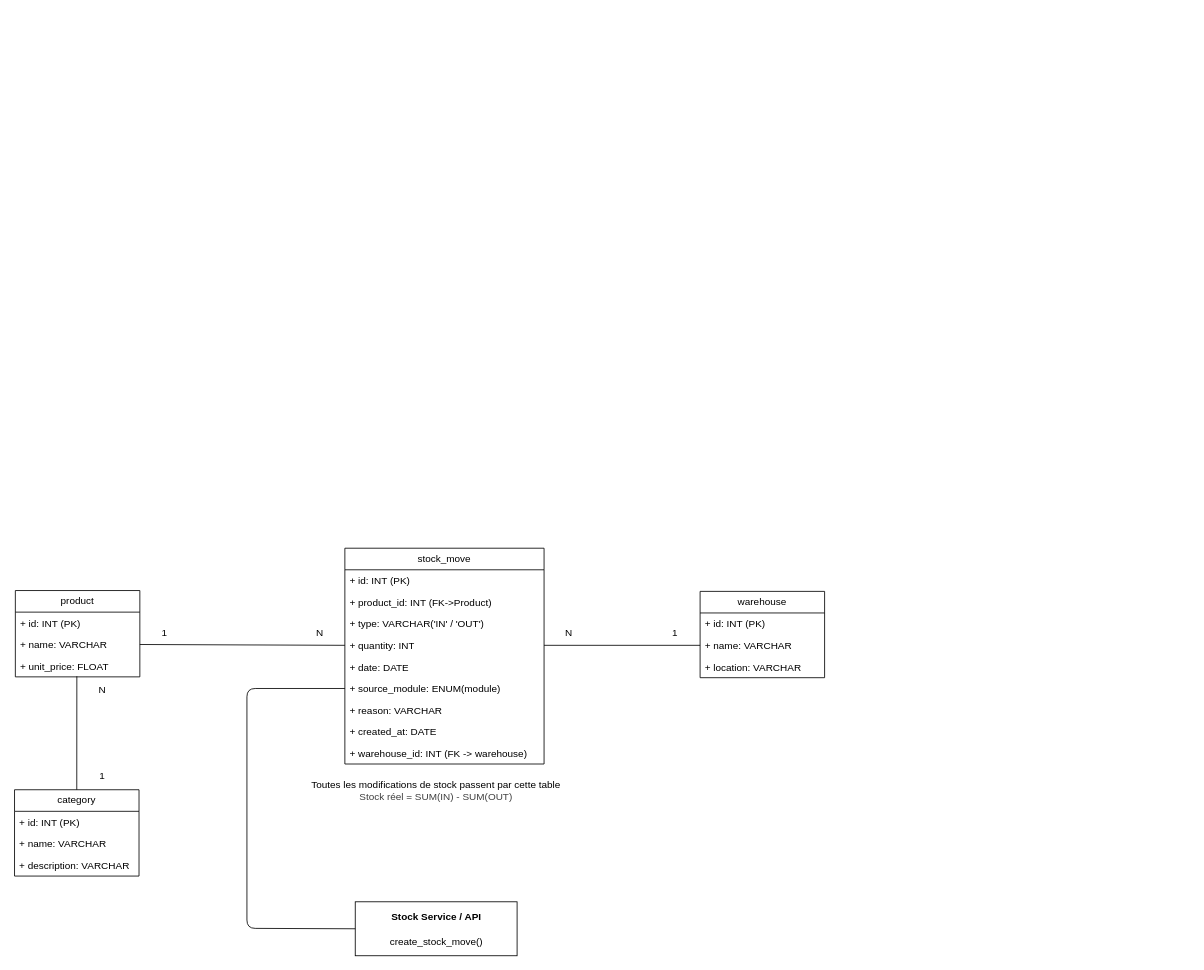
The draw.io diagram stock_core.drawio in aymeneloulinti-ux/odoo-project, before the edit. Source tidied: cells renumbered, new cells numbered last; positions are measured from the earlier drawing's top-left corner, leaving out a move shared by most shapes. Both pictures are drawn from the tidied source at 83%, with x=0, y=0 at pixel (14, 548).
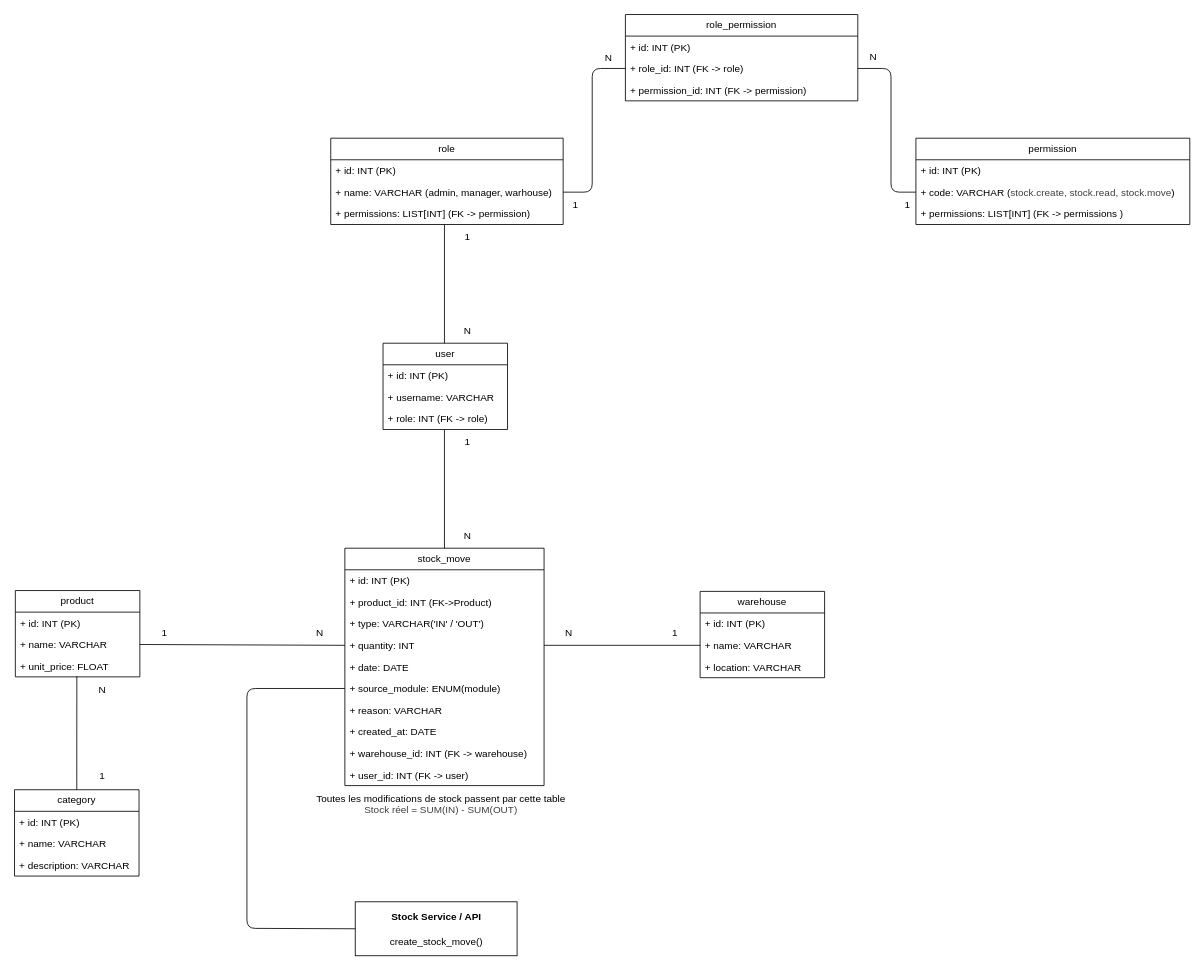
The same diagram, later.

Commit message:
Enhance stock and user entity diagrams in stock_core.drawio; added user_id and role_permission relationships

What changed in the source:
```diff
@@
     <mxCell id="6" value="stock_move" style="swimlane;fontStyle=0;horizontal=1;startSize=26;fillColor=none;whiteSpace=wrap;html=1;" parent="1" vertex="1">
-      <mxGeometry x="398" width="240" height="260" as="geometry" />
+      <mxGeometry x="398" width="240" height="286" as="geometry" />
     </mxCell>
@@
+    <mxCell id="38" value="+ user_id: INT (FK -&amp;gt; user)" style="text;strokeColor=none;fillColor=none;align=left;verticalAlign=top;spacingLeft=4;spacingRight=4;overflow=hidden;whiteSpace=wrap;html=1;" parent="6" vertex="1">
+      <mxGeometry y="260" width="240" height="26" as="geometry" />
+    </mxCell>
@@
     <mxCell id="19" value="Toutes les modifications de stock passent par cette table&lt;div&gt;&lt;span style=&quot;color: rgb(63, 63, 63); background-color: transparent;&quot;&gt;Stock réel = SUM(IN) - SUM(OUT)&lt;/span&gt;&lt;/div&gt;&lt;br/&gt;&lt;br/&gt;&lt;br/&gt;&lt;div&gt;&lt;br/&gt;&lt;/div&gt;" style="text;whiteSpace=wrap;html=1;align=center;" parent="1" vertex="1">
-      <mxGeometry x="353" y="272" width="310" height="40" as="geometry" />
+      <mxGeometry x="359" y="288" width="310" height="40" as="geometry" />
     </mxCell>
@@
+    <mxCell id="39" value="user" style="swimlane;fontStyle=0;horizontal=1;startSize=26;fillColor=none;whiteSpace=wrap;html=1;" parent="1" vertex="1">
+      <mxGeometry x="444" y="-247" width="150" height="104" as="geometry" />
+    </mxCell>
+    <mxCell id="40" value="+ id: INT (PK)" style="text;strokeColor=none;fillColor=none;align=left;verticalAlign=top;spacingLeft=4;spacingRight=4;overflow=hidden;whiteSpace=wrap;html=1;" parent="39" vertex="1">
+      <mxGeometry y="26" width="150" height="26" as="geometry" />
+    </mxCell>
+    <mxCell id="41" value="+ username: VARCHAR" style="text;strokeColor=none;fillColor=none;align=left;verticalAlign=top;spacingLeft=4;spacingRight=4;overflow=hidden;whiteSpace=wrap;html=1;" parent="39" vertex="1">
+      <mxGeometry y="52" width="150" height="26" as="geometry" />
+    </mxCell>
+    <mxCell id="42" value="+ role: INT (FK -&amp;gt; role)" style="text;strokeColor=none;fillColor=none;align=left;verticalAlign=top;spacingLeft=4;spacingRight=4;overflow=hidden;points=[[0,0.5],[1,0.5]];portConstraint=eastwest;whiteSpace=wrap;html=1;" parent="39" vertex="1">
+      <mxGeometry y="78" width="150" height="26" as="geometry" />
+    </mxCell>
+    <mxCell id="43" style="endArrow=none;html=1;exitX=0.5;exitY=0;exitDx=0;exitDy=0;entryX=0.493;entryY=1.019;entryDx=0;entryDy=0;entryPerimeter=0;" parent="1" edge="1" source="6" target="42">
+      <mxGeometry relative="1" as="geometry" />
+    </mxCell>
+    <mxCell id="44" value="1" style="text;html=1;align=center;verticalAlign=middle;whiteSpace=wrap;rounded=0;" parent="1" vertex="1">
+      <mxGeometry x="516" y="-143" width="60" height="30" as="geometry" />
+    </mxCell>
+    <mxCell id="45" value="N" style="text;html=1;align=center;verticalAlign=middle;whiteSpace=wrap;rounded=0;" parent="1" vertex="1">
+      <mxGeometry x="516" y="-30" width="60" height="30" as="geometry" />
+    </mxCell>
+    <mxCell id="46" value="role" style="swimlane;fontStyle=0;horizontal=1;startSize=26;fillColor=none;whiteSpace=wrap;html=1;" parent="1" vertex="1">
+      <mxGeometry x="381" y="-494" width="280" height="104" as="geometry" />
+    </mxCell>
+    <mxCell id="47" value="+ id: INT (PK)" style="text;strokeColor=none;fillColor=none;align=left;verticalAlign=top;spacingLeft=4;spacingRight=4;overflow=hidden;whiteSpace=wrap;html=1;" parent="46" vertex="1">
+      <mxGeometry y="26" width="280" height="26" as="geometry" />
+    </mxCell>
+    <mxCell id="48" value="+ name: VARCHAR (admin, manager, warhouse)" style="text;strokeColor=none;fillColor=none;align=left;verticalAlign=top;spacingLeft=4;spacingRight=4;overflow=hidden;points=[[0,0.5],[1,0.5]];portConstraint=eastwest;whiteSpace=wrap;html=1;" parent="46" vertex="1">
+      <mxGeometry y="52" width="280" height="26" as="geometry" />
+    </mxCell>
+    <mxCell id="49" value="+ permissions: LIST[INT] (FK -&amp;gt; permission)" style="text;strokeColor=none;fillColor=none;align=left;verticalAlign=top;spacingLeft=4;spacingRight=4;overflow=hidden;whiteSpace=wrap;html=1;" parent="46" vertex="1">
+      <mxGeometry y="78" width="280" height="26" as="geometry" />
+    </mxCell>
+    <mxCell id="50" style="endArrow=none;html=1;exitX=0.5;exitY=0;exitDx=0;exitDy=0;entryX=0.493;entryY=1.019;entryDx=0;entryDy=0;entryPerimeter=0;" parent="1" edge="1">
+      <mxGeometry relative="1" as="geometry">
+        <mxPoint x="518" y="-247" as="sourcePoint" />
+        <mxPoint x="518" y="-390" as="targetPoint" />
+      </mxGeometry>
+    </mxCell>
+    <mxCell id="51" value="1" style="text;html=1;align=center;verticalAlign=middle;whiteSpace=wrap;rounded=0;" parent="1" vertex="1">
+      <mxGeometry x="516" y="-390" width="60" height="30" as="geometry" />
+    </mxCell>
+    <mxCell id="52" value="N" style="text;html=1;align=center;verticalAlign=middle;whiteSpace=wrap;rounded=0;" parent="1" vertex="1">
+      <mxGeometry x="516" y="-277" width="60" height="30" as="geometry" />
+    </mxCell>
+    <mxCell id="53" value="role_permission" style="swimlane;fontStyle=0;horizontal=1;startSize=26;fillColor=none;whiteSpace=wrap;html=1;" parent="1" vertex="1">
+      <mxGeometry x="736" y="-643" width="280" height="104" as="geometry" />
+    </mxCell>
+    <mxCell id="54" value="+ id: INT (PK)" style="text;strokeColor=none;fillColor=none;align=left;verticalAlign=top;spacingLeft=4;spacingRight=4;overflow=hidden;whiteSpace=wrap;html=1;" parent="53" vertex="1">
+      <mxGeometry y="26" width="280" height="26" as="geometry" />
+    </mxCell>
+    <mxCell id="55" value="+ role_id: INT (FK -&amp;gt; role)" style="text;strokeColor=none;fillColor=none;align=left;verticalAlign=top;spacingLeft=4;spacingRight=4;overflow=hidden;points=[[0,0.5],[1,0.5]];portConstraint=eastwest;whiteSpace=wrap;html=1;" parent="53" vertex="1">
+      <mxGeometry y="52" width="280" height="26" as="geometry" />
+    </mxCell>
+    <mxCell id="56" value="+ permission_id: INT (FK -&amp;gt; permission)" style="text;strokeColor=none;fillColor=none;align=left;verticalAlign=top;spacingLeft=4;spacingRight=4;overflow=hidden;whiteSpace=wrap;html=1;" parent="53" vertex="1">
+      <mxGeometry y="78" width="280" height="26" as="geometry" />
+    </mxCell>
+    <mxCell id="57" value="permission" style="swimlane;fontStyle=0;horizontal=1;startSize=26;fillColor=none;whiteSpace=wrap;html=1;" parent="1" vertex="1">
+      <mxGeometry x="1086" y="-494" width="330" height="104" as="geometry" />
+    </mxCell>
+    <mxCell id="58" value="+ id: INT (PK)" style="text;strokeColor=none;fillColor=none;align=left;verticalAlign=top;spacingLeft=4;spacingRight=4;overflow=hidden;whiteSpace=wrap;html=1;" parent="57" vertex="1">
+      <mxGeometry y="26" width="330" height="26" as="geometry" />
+    </mxCell>
+    <mxCell id="59" value="+ code: VARCHAR (&lt;span style=&quot;color: rgb(63, 63, 63); background-color: transparent;&quot;&gt;stock.create, stock.read, stock.move&lt;/span&gt;)" style="text;strokeColor=none;fillColor=none;align=left;verticalAlign=top;spacingLeft=4;spacingRight=4;overflow=hidden;points=[[0,0.5],[1,0.5]];portConstraint=eastwest;whiteSpace=wrap;html=1;" parent="57" vertex="1">
+      <mxGeometry y="52" width="330" height="26" as="geometry" />
+    </mxCell>
+    <mxCell id="60" value="+ permissions: LIST[INT] (FK -&amp;gt; permissions )" style="text;strokeColor=none;fillColor=none;align=left;verticalAlign=top;spacingLeft=4;spacingRight=4;overflow=hidden;whiteSpace=wrap;html=1;" parent="57" vertex="1">
+      <mxGeometry y="78" width="330" height="26" as="geometry" />
+    </mxCell>
+    <mxCell id="61" style="endArrow=none;html=1;exitX=1;exitY=0.5;exitDx=0;exitDy=0;entryX=0;entryY=0.5;entryDx=0;entryDy=0;" parent="1" edge="1" source="48" target="55">
+      <mxGeometry relative="1" as="geometry">
+        <Array as="points">
+          <mxPoint x="696" y="-429" />
+          <mxPoint x="696" y="-578" />
+        </Array>
+      </mxGeometry>
+    </mxCell>
+    <mxCell id="62" style="endArrow=none;html=1;exitX=0;exitY=0.5;exitDx=0;exitDy=0;entryX=1;entryY=0.5;entryDx=0;entryDy=0;" parent="1" edge="1" source="59" target="55">
+      <mxGeometry relative="1" as="geometry">
+        <Array as="points">
+          <mxPoint x="1056" y="-429" />
+          <mxPoint x="1056" y="-578" />
+        </Array>
+      </mxGeometry>
+    </mxCell>
+    <mxCell id="63" value="1" style="text;html=1;align=center;verticalAlign=middle;whiteSpace=wrap;rounded=0;" parent="1" vertex="1">
+      <mxGeometry x="646" y="-429" width="60" height="30" as="geometry" />
+    </mxCell>
+    <mxCell id="64" value="N" style="text;html=1;align=center;verticalAlign=middle;whiteSpace=wrap;rounded=0;" parent="1" vertex="1">
+      <mxGeometry x="686" y="-606" width="60" height="30" as="geometry" />
+    </mxCell>
+    <mxCell id="65" value="1" style="text;html=1;align=center;verticalAlign=middle;whiteSpace=wrap;rounded=0;" parent="1" vertex="1">
+      <mxGeometry x="1046" y="-429" width="60" height="30" as="geometry" />
+    </mxCell>
+    <mxCell id="66" value="N" style="text;html=1;align=center;verticalAlign=middle;whiteSpace=wrap;rounded=0;" parent="1" vertex="1">
+      <mxGeometry x="1005" y="-607" width="60" height="30" as="geometry" />
+    </mxCell>
```
